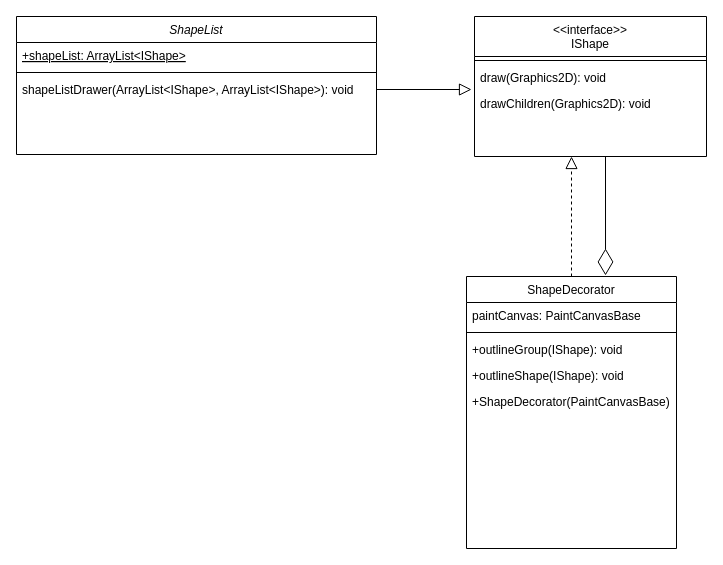
This is DecoratorPattern.drawio from mikeharris-github/SE450-JPaint, a draw.io file, before an edit. Source tidied: cells renumbered, new cells numbered last; positions are measured from the earlier drawing's top-left corner, leaving out a move shared by most shapes. Both pictures are drawn from the tidied source at 100%, with x=0, y=0 at pixel (16, 16).
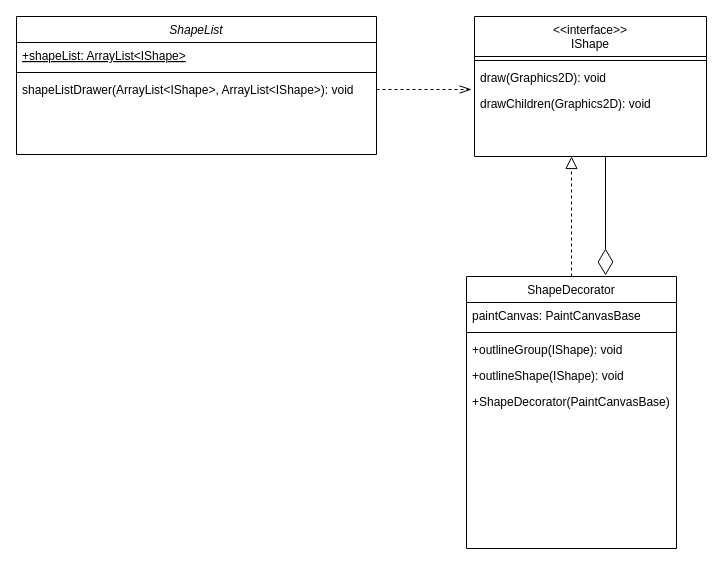
After the change.

Unchanged cells that the change refers to:
```xml
<mxCell id="6" value="shapeListDrawer(ArrayList&lt;IShape&gt;, ArrayList&lt;IShape&gt;): void" style="text;align=left;verticalAlign=top;spacingLeft=4;spacingRight=4;overflow=hidden;points=[[0,0.5],[1,0.5]];portConstraint=eastwest;" parent="3" vertex="1">
  <mxGeometry y="60" width="360" height="26" as="geometry" />
</mxCell>
```

Change to the diagram source:
```diff
@@
-    <mxCell id="7" style="endArrow=block;endSize=10;endFill=0;shadow=0;strokeWidth=1;rounded=0;edgeStyle=elbowEdgeStyle;elbow=vertical;exitX=1;exitY=0.5;exitDx=0;exitDy=0;" parent="1" edge="1" source="6">
+    <mxCell id="7" style="endArrow=openThin;endSize=10;endFill=0;shadow=0;strokeWidth=1;rounded=0;edgeStyle=elbowEdgeStyle;elbow=vertical;exitX=1;exitY=0.5;exitDx=0;exitDy=0;dashed=1;" parent="1" edge="1" source="6">
       <mxGeometry relative="1" as="geometry">
         <mxPoint x="455" y="73" as="targetPoint" />
       </mxGeometry>
     </mxCell>
```
